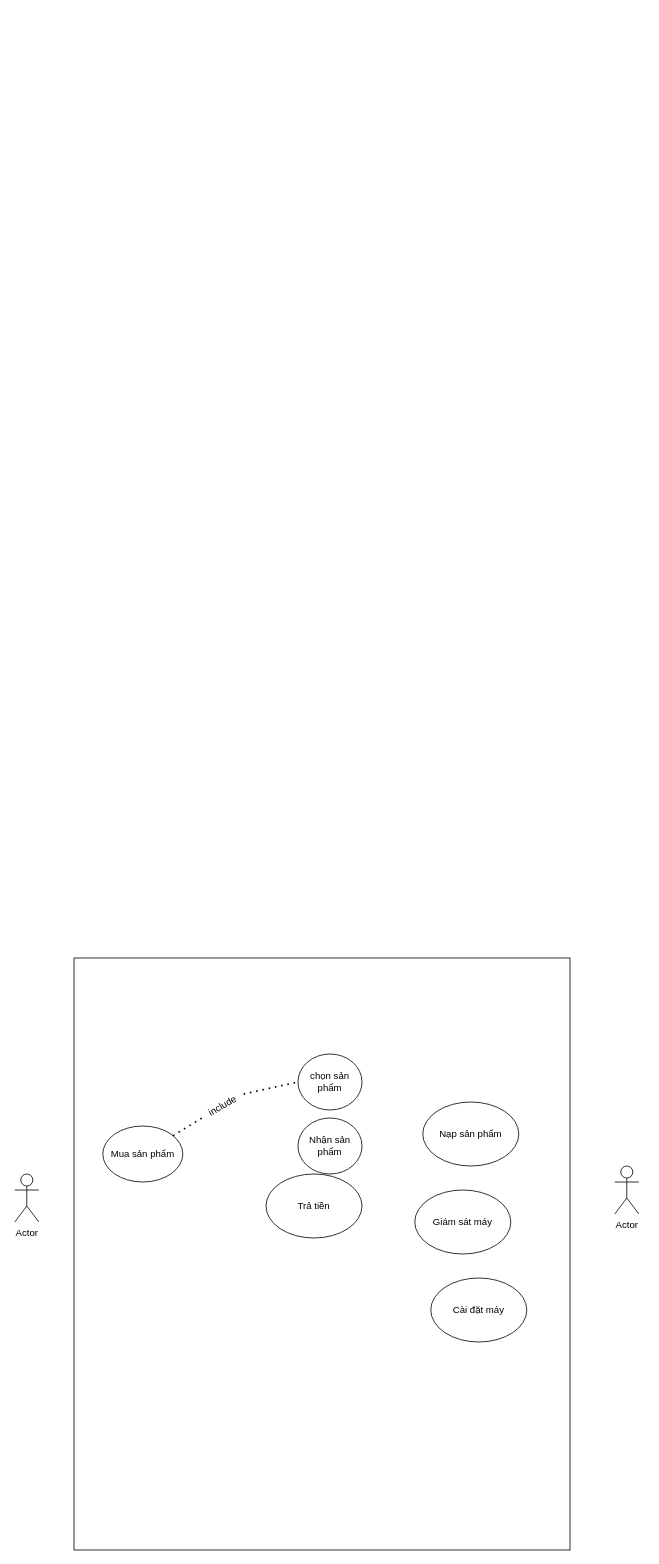
Before: Biểu đồ không có tiêu đề.drawio in nate-q-136/APP-MANAGEMENT-LIB, a draw.io diagram. Source tidied: cells renumbered, new cells numbered last; positions are measured from the earlier drawing's top-left corner, leaving out a move shared by most shapes. Both pictures are drawn from the tidied source at 80%, with x=0, y=0 at pixel (14, 958).
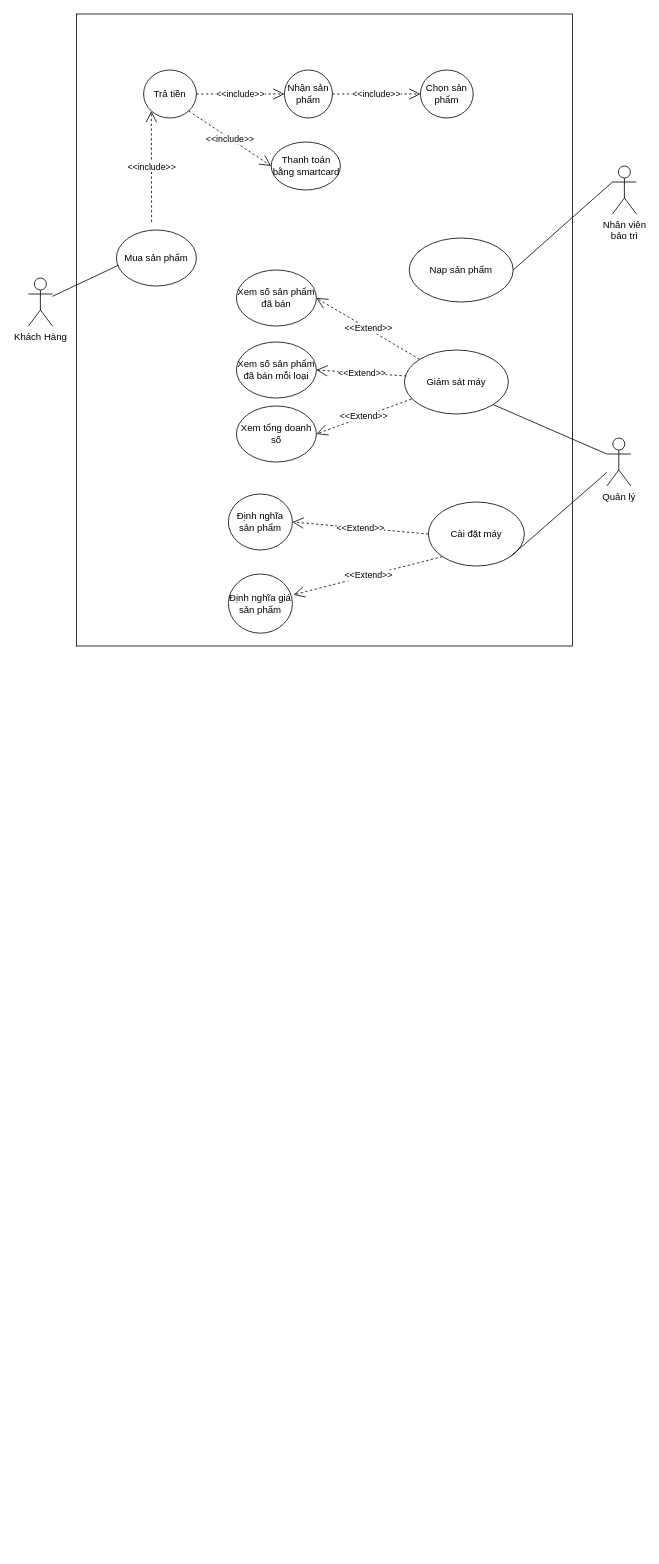
Above is the later version.

Commit message (it also covers changes not shown here):
Cập nhật Biểu đồ không có tiêu đề.drawio

The edit, as a diff of the source:
```diff
@@
-    <mxCell id="2" style="rounded=0;whiteSpace=wrap;html=1;" parent="1" vertex="1">
-      <mxGeometry x="74" width="620" height="740" as="geometry" />
-    </mxCell>
-    <mxCell id="3" value="Actor" style="shape=umlActor;verticalLabelPosition=bottom;verticalAlign=top;html=1;" parent="1" vertex="1">
-      <mxGeometry y="270" width="30" height="60" as="geometry" />
-    </mxCell>
-    <mxCell id="4" value="Actor" style="shape=umlActor;verticalLabelPosition=bottom;verticalAlign=top;html=1;" parent="1" vertex="1">
-      <mxGeometry x="750" y="260" width="30" height="60" as="geometry" />
-    </mxCell>
+    <mxCell id="15" style="rounded=0;whiteSpace=wrap;html=1;" parent="1" vertex="1">
+      <mxGeometry x="77" y="-1180" width="620" height="790" as="geometry" />
+    </mxCell>
+    <mxCell id="16" value="Khách Hàng" style="shape=umlActor;verticalLabelPosition=bottom;verticalAlign=top;html=1;outlineConnect=0;" parent="1" vertex="1">
+      <mxGeometry x="17" y="-850" width="30" height="60" as="geometry" />
+    </mxCell>
+    <mxCell id="17" value="Nhân viên&lt;br&gt;bảo trì" style="shape=umlActor;verticalLabelPosition=bottom;verticalAlign=top;html=1;outlineConnect=0;" parent="1" vertex="1">
+      <mxGeometry x="747" y="-990" width="30" height="60" as="geometry" />
+    </mxCell>
     <mxCell id="5" value="Mua sản phẩm" style="ellipse;whiteSpace=wrap;html=1;" parent="1" vertex="1">
-      <mxGeometry x="110" y="210" width="100" height="70" as="geometry" />
+      <mxGeometry x="127" y="-910" width="100" height="70" as="geometry" />
     </mxCell>
     <mxCell id="6" value="Nạp sản phẩm" style="ellipse;whiteSpace=wrap;html=1;" parent="1" vertex="1">
-      <mxGeometry x="510" y="180" width="120" height="80" as="geometry" />
+      <mxGeometry x="493" y="-900" width="130" height="80" as="geometry" />
     </mxCell>
     <mxCell id="7" value="Giám sát máy" style="ellipse;whiteSpace=wrap;html=1;" parent="1" vertex="1">
-      <mxGeometry x="500" y="290" width="120" height="80" as="geometry" />
+      <mxGeometry x="487" y="-760" width="130" height="80" as="geometry" />
     </mxCell>
     <mxCell id="8" value="Cài đặt máy" style="ellipse;whiteSpace=wrap;html=1;" parent="1" vertex="1">
-      <mxGeometry x="520" y="400" width="120" height="80" as="geometry" />
+      <mxGeometry x="517" y="-570" width="120" height="80" as="geometry" />
     </mxCell>
-    <mxCell id="9" style="endArrow=none;dashed=1;html=1;dashPattern=1 3;strokeWidth=2;rounded=0;entryX=0;entryY=0.5;entryDx=0;entryDy=0;" parent="1" edge="1" source="5" target="10">
-      <mxGeometry relative="1" as="geometry" />
-    </mxCell>
-    <mxCell id="10" value="include" style="text;html=1;strokeColor=none;fillColor=none;align=center;verticalAlign=middle;whiteSpace=wrap;rounded=0;rotation=-30;" parent="1" vertex="1">
-      <mxGeometry x="230" y="170" width="60" height="30" as="geometry" />
-    </mxCell>
-    <mxCell id="11" style="endArrow=none;dashed=1;html=1;dashPattern=1 3;strokeWidth=2;rounded=0;exitX=1;exitY=0.5;exitDx=0;exitDy=0;entryX=0;entryY=0.5;entryDx=0;entryDy=0;" parent="1" edge="1" source="10" target="12">
-      <mxGeometry relative="1" as="geometry" />
-    </mxCell>
-    <mxCell id="12" value="chọn sản phẩm" style="ellipse;whiteSpace=wrap;html=1;" parent="1" vertex="1">
-      <mxGeometry x="354" y="120" width="80" height="70" as="geometry" />
-    </mxCell>
     <mxCell id="13" value="Nhận sản phẩm" style="ellipse;whiteSpace=wrap;html=1;" parent="1" vertex="1">
-      <mxGeometry x="354" y="200" width="80" height="70" as="geometry" />
+      <mxGeometry x="337" y="-1110" width="60" height="60" as="geometry" />
     </mxCell>
+    <mxCell id="18" value="Chọn sản phẩm" style="ellipse;whiteSpace=wrap;html=1;" parent="1" vertex="1">
+      <mxGeometry x="507" y="-1110" width="66" height="60" as="geometry" />
+    </mxCell>
     <mxCell id="14" value="Trả tiền" style="ellipse;whiteSpace=wrap;html=1;" parent="1" vertex="1">
-      <mxGeometry x="314" y="270" width="120" height="80" as="geometry" />
+      <mxGeometry x="161" y="-1110" width="66" height="60" as="geometry" />
     </mxCell>
+    <mxCell id="19" style="endArrow=none;html=1;rounded=0;entryX=0;entryY=0.3333333333333333;entryDx=0;entryDy=0;entryPerimeter=0;exitX=1;exitY=0.5;exitDx=0;exitDy=0;" parent="1" edge="1" source="6" target="17">
+      <mxGeometry relative="1" as="geometry" />
+    </mxCell>
+    <mxCell id="20" value="&amp;lt;&amp;lt;include&amp;gt;&amp;gt;" style="endArrow=open;endSize=12;dashed=1;html=1;rounded=0;entryX=0;entryY=1;entryDx=0;entryDy=0;" parent="1" edge="1" target="14">
+      <mxGeometry x="-0.01" relative="1" as="geometry">
+        <mxPoint x="171" y="-920" as="sourcePoint" />
+      </mxGeometry>
+    </mxCell>
+    <mxCell id="21" value="&amp;lt;&amp;lt;include&amp;gt;&amp;gt;" style="endArrow=open;endSize=12;dashed=1;html=1;rounded=0;exitX=1;exitY=0.5;exitDx=0;exitDy=0;" parent="1" edge="1" source="14" target="13">
+      <mxGeometry relative="1" as="geometry" />
+    </mxCell>
+    <mxCell id="22" value="&amp;lt;&amp;lt;include&amp;gt;&amp;gt;" style="endArrow=open;endSize=12;dashed=1;html=1;rounded=0;exitX=1;exitY=0.5;exitDx=0;exitDy=0;entryX=0;entryY=0.5;entryDx=0;entryDy=0;" parent="1" edge="1" source="13" target="18">
+      <mxGeometry relative="1" as="geometry" />
+    </mxCell>
+    <mxCell id="23" style="endArrow=none;html=1;rounded=0;entryX=0.026;entryY=0.629;entryDx=0;entryDy=0;entryPerimeter=0;" parent="1" edge="1" source="16" target="5">
+      <mxGeometry relative="1" as="geometry" />
+    </mxCell>
+    <mxCell id="24" value="&amp;lt;&amp;lt;Extend&amp;gt;&amp;gt;" style="endArrow=open;endSize=12;dashed=1;html=1;rounded=0;exitX=0;exitY=0.5;exitDx=0;exitDy=0;entryX=1;entryY=0.5;entryDx=0;entryDy=0;" parent="1" edge="1" source="8" target="25">
+      <mxGeometry relative="1" as="geometry" />
+    </mxCell>
+    <mxCell id="25" value="Định nghĩa sản phẩm" style="ellipse;whiteSpace=wrap;html=1;" parent="1" vertex="1">
+      <mxGeometry x="267" y="-580" width="80" height="70" as="geometry" />
+    </mxCell>
+    <mxCell id="26" value="Định nghĩa giá sản phẩm" style="ellipse;whiteSpace=wrap;html=1;" parent="1" vertex="1">
+      <mxGeometry x="267" y="-480" width="80" height="74" as="geometry" />
+    </mxCell>
+    <mxCell id="27" value="&amp;lt;&amp;lt;Extend&amp;gt;&amp;gt;" style="endArrow=open;endSize=12;dashed=1;html=1;rounded=0;exitX=0;exitY=1;exitDx=0;exitDy=0;entryX=1.017;entryY=0.351;entryDx=0;entryDy=0;entryPerimeter=0;" parent="1" edge="1" source="8" target="26">
+      <mxGeometry relative="1" as="geometry" />
+    </mxCell>
+    <mxCell id="28" style="endArrow=none;html=1;rounded=0;entryX=0;entryY=0.3333333333333333;entryDx=0;entryDy=0;entryPerimeter=0;exitX=1;exitY=1;exitDx=0;exitDy=0;" parent="1" edge="1" source="7" target="38">
+      <mxGeometry relative="1" as="geometry" />
+    </mxCell>
+    <mxCell id="29" value="&amp;lt;&amp;lt;Extend&amp;gt;&amp;gt;" style="endArrow=open;endSize=12;dashed=1;html=1;rounded=0;exitX=0.02;exitY=0.406;exitDx=0;exitDy=0;entryX=1;entryY=0.5;entryDx=0;entryDy=0;exitPerimeter=0;" parent="1" edge="1" source="7" target="31">
+      <mxGeometry relative="1" as="geometry" />
+    </mxCell>
+    <mxCell id="30" value="Xem số sản phẩm đã bán" style="ellipse;whiteSpace=wrap;html=1;" parent="1" vertex="1">
+      <mxGeometry x="277" y="-860" width="100" height="70" as="geometry" />
+    </mxCell>
+    <mxCell id="31" value="Xem số sản phẩm đã bán mỗi loại" style="ellipse;whiteSpace=wrap;html=1;" parent="1" vertex="1">
+      <mxGeometry x="277" y="-770" width="100" height="70" as="geometry" />
+    </mxCell>
+    <mxCell id="32" value="Xem tổng doanh số" style="ellipse;whiteSpace=wrap;html=1;" parent="1" vertex="1">
+      <mxGeometry x="277" y="-690" width="100" height="70" as="geometry" />
+    </mxCell>
+    <mxCell id="33" value="&amp;lt;&amp;lt;Extend&amp;gt;&amp;gt;" style="endArrow=open;endSize=12;dashed=1;html=1;rounded=0;exitX=0.068;exitY=0.766;exitDx=0;exitDy=0;entryX=1;entryY=0.5;entryDx=0;entryDy=0;exitPerimeter=0;" parent="1" edge="1" source="7" target="32">
+      <mxGeometry x="0.01" relative="1" as="geometry" />
+    </mxCell>
+    <mxCell id="34" value="&amp;lt;&amp;lt;Extend&amp;gt;&amp;gt;" style="endArrow=open;endSize=12;dashed=1;html=1;rounded=0;exitX=0;exitY=0;exitDx=0;exitDy=0;entryX=1;entryY=0.5;entryDx=0;entryDy=0;" parent="1" edge="1" source="7" target="30">
+      <mxGeometry relative="1" as="geometry" />
+    </mxCell>
+    <mxCell id="35" value="&amp;lt;&amp;lt;include&amp;gt;&amp;gt;" style="endArrow=open;endSize=12;dashed=1;html=1;rounded=0;exitX=1;exitY=1;exitDx=0;exitDy=0;entryX=0;entryY=0.5;entryDx=0;entryDy=0;" parent="1" edge="1" source="14" target="36">
+      <mxGeometry relative="1" as="geometry" />
+    </mxCell>
+    <mxCell id="36" value="Thanh toán bằng smartcard" style="ellipse;whiteSpace=wrap;html=1;" parent="1" vertex="1">
+      <mxGeometry x="320.5" y="-1020" width="86.5" height="60" as="geometry" />
+    </mxCell>
+    <mxCell id="37" style="endArrow=none;html=1;rounded=0;exitX=1;exitY=1;exitDx=0;exitDy=0;" parent="1" edge="1" source="8" target="38">
+      <mxGeometry relative="1" as="geometry" />
+    </mxCell>
+    <mxCell id="38" value="Quản lý" style="shape=umlActor;verticalLabelPosition=bottom;verticalAlign=top;html=1;outlineConnect=0;" parent="1" vertex="1">
+      <mxGeometry x="740" y="-650" width="30" height="60" as="geometry" />
+    </mxCell>
```
